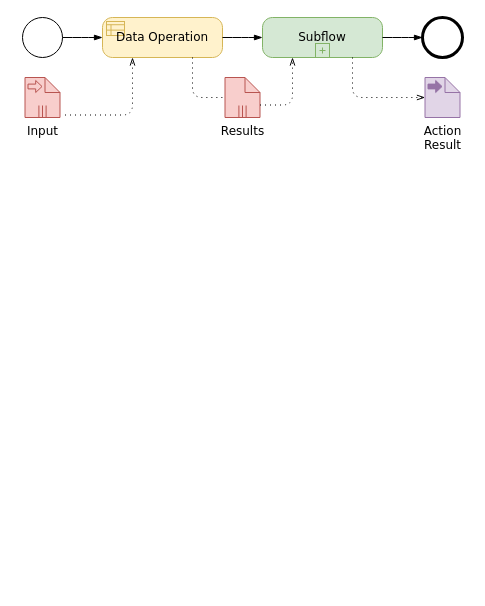
Above: page "dataOp" (2 of 23) of doc/Paper_BPMN_flow.drawio in miguel76/know-flow (draw.io), before the change. Source tidied: cells renumbered, new cells numbered last; positions are measured from the earlier drawing's top-left corner, leaving out a move shared by most shapes. Both pictures are drawn from the tidied source at 100%, with x=0, y=0 at pixel (22, 17).
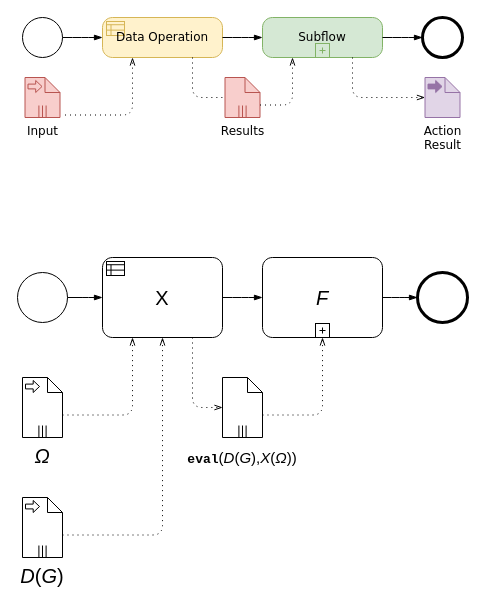
The same diagram, later.

Diff of the diagram source:
```diff
@@
+    <mxCell id="16" value="&lt;i&gt;Ω&lt;/i&gt;" style="shape=mxgraph.bpmn.data;labelPosition=center;verticalLabelPosition=bottom;align=center;verticalAlign=top;whiteSpace=wrap;size=15;html=1;bpmnTransferType=input;isCollection=1;fontSize=20;" parent="1" vertex="1">
+      <mxGeometry y="360" width="40" height="60" as="geometry" />
+    </mxCell>
+    <mxCell id="17" style="points=[[0.145,0.145,0],[0.5,0,0],[0.855,0.145,0],[1,0.5,0],[0.855,0.855,0],[0.5,1,0],[0.145,0.855,0],[0,0.5,0]];shape=mxgraph.bpmn.event;html=1;verticalLabelPosition=bottom;labelBackgroundColor=#ffffff;verticalAlign=top;align=center;perimeter=ellipsePerimeter;outlineConnect=0;outline=standard;symbol=general;fontSize=20;" parent="1" vertex="1">
+      <mxGeometry x="-5" y="255" width="50" height="50" as="geometry" />
+    </mxCell>
+    <mxCell id="18" style="points=[[0.145,0.145,0],[0.5,0,0],[0.855,0.145,0],[1,0.5,0],[0.855,0.855,0],[0.5,1,0],[0.145,0.855,0],[0,0.5,0]];shape=mxgraph.bpmn.event;html=1;verticalLabelPosition=bottom;labelBackgroundColor=#ffffff;verticalAlign=top;align=center;perimeter=ellipsePerimeter;outlineConnect=0;outline=end;symbol=terminate2;fontSize=20;" parent="1" vertex="1">
+      <mxGeometry x="395" y="255" width="50" height="50" as="geometry" />
+    </mxCell>
+    <mxCell id="19" style="edgeStyle=elbowEdgeStyle;fontSize=12;html=1;endArrow=blockThin;endFill=1;exitX=1;exitY=0.5;exitDx=0;exitDy=0;exitPerimeter=0;" parent="1" edge="1" source="23" target="18">
+      <mxGeometry relative="1" as="geometry" />
+    </mxCell>
+    <mxCell id="20" style="edgeStyle=elbowEdgeStyle;fontSize=12;html=1;endArrow=blockThin;endFill=1;exitX=1;exitY=0.5;exitDx=0;exitDy=0;exitPerimeter=0;entryX=0;entryY=0.5;entryDx=0;entryDy=0;entryPerimeter=0;" parent="1" edge="1" source="17" target="22">
+      <mxGeometry relative="1" as="geometry">
+        <Array as="points">
+          <mxPoint x="60" y="280" />
+          <mxPoint x="210" y="360" />
+          <mxPoint x="240" y="440" />
+        </Array>
+      </mxGeometry>
+    </mxCell>
+    <mxCell id="21" style="edgeStyle=elbowEdgeStyle;fontSize=12;html=1;endFill=0;startFill=0;endSize=6;startSize=6;dashed=1;dashPattern=1 4;endArrow=openThin;startArrow=none;exitX=0;exitY=0;exitDx=40;exitDy=37.5;exitPerimeter=0;entryX=0.25;entryY=1;entryDx=0;entryDy=0;entryPerimeter=0;" parent="1" edge="1" source="16" target="22">
+      <mxGeometry relative="1" as="geometry">
+        <Array as="points">
+          <mxPoint x="110" y="370" />
+          <mxPoint x="120" y="370" />
+          <mxPoint x="140" y="380" />
+          <mxPoint x="173.5" y="420" />
+          <mxPoint x="143.5" y="430" />
+          <mxPoint x="173.5" y="480" />
+          <mxPoint x="203.5" y="460" />
+        </Array>
+      </mxGeometry>
+    </mxCell>
+    <mxCell id="22" value="X" style="points=[[0.25,0,0],[0.5,0,0],[0.75,0,0],[1,0.25,0],[1,0.5,0],[1,0.75,0],[0.75,1,0],[0.5,1,0],[0.25,1,0],[0,0.75,0],[0,0.5,0],[0,0.25,0]];shape=mxgraph.bpmn.task;whiteSpace=wrap;rectStyle=rounded;size=10;taskMarker=businessRule;fontSize=20;" parent="1" vertex="1">
+      <mxGeometry x="80" y="240" width="120" height="80" as="geometry" />
+    </mxCell>
+    <mxCell id="23" value="F" style="points=[[0.25,0,0],[0.5,0,0],[0.75,0,0],[1,0.25,0],[1,0.5,0],[1,0.75,0],[0.75,1,0],[0.5,1,0],[0.25,1,0],[0,0.75,0],[0,0.5,0],[0,0.25,0]];shape=mxgraph.bpmn.task;whiteSpace=wrap;rectStyle=rounded;size=10;taskMarker=abstract;isLoopSub=1;fontSize=20;fontStyle=2;" parent="1" vertex="1">
+      <mxGeometry x="240" y="240" width="120" height="80" as="geometry" />
+    </mxCell>
+    <mxCell id="24" style="edgeStyle=elbowEdgeStyle;fontSize=12;html=1;endArrow=blockThin;endFill=1;exitX=1;exitY=0.5;exitDx=0;exitDy=0;exitPerimeter=0;entryX=0;entryY=0.5;entryDx=0;entryDy=0;entryPerimeter=0;" parent="1" edge="1" source="22" target="23">
+      <mxGeometry relative="1" as="geometry" />
+    </mxCell>
+    <mxCell id="25" value="&lt;font&gt;&lt;font face=&quot;Courier New&quot; size=&quot;1&quot;&gt;&lt;b style=&quot;font-size: 13px&quot;&gt;eval&lt;/b&gt;&lt;/font&gt;&lt;span style=&quot;font-size: 15px&quot;&gt;(&lt;/span&gt;&lt;i style=&quot;font-size: 15px&quot;&gt;D&lt;/i&gt;&lt;span style=&quot;font-size: 15px&quot;&gt;(&lt;/span&gt;&lt;i style=&quot;font-size: 15px&quot;&gt;G&lt;/i&gt;&lt;span style=&quot;font-size: 15px&quot;&gt;),&lt;/span&gt;&lt;i style=&quot;font-size: 15px&quot;&gt;X&lt;/i&gt;&lt;span style=&quot;font-size: 15px&quot;&gt;(&lt;/span&gt;&lt;i style=&quot;font-size: 15px&quot;&gt;Ω&lt;/i&gt;&lt;span style=&quot;font-size: 15px&quot;&gt;))&lt;/span&gt;&lt;/font&gt;" style="shape=mxgraph.bpmn.data;labelPosition=center;verticalLabelPosition=bottom;align=center;verticalAlign=top;whiteSpace=wrap;size=15;html=1;bpmnTransferType=none;isCollection=1;fontSize=20;" parent="1" vertex="1">
+      <mxGeometry x="200" y="360" width="40" height="60" as="geometry" />
+    </mxCell>
+    <mxCell id="26" style="edgeStyle=elbowEdgeStyle;fontSize=12;html=1;endFill=0;startFill=0;endSize=6;startSize=6;dashed=1;dashPattern=1 4;endArrow=openThin;startArrow=none;exitX=0.75;exitY=1;exitDx=0;exitDy=0;exitPerimeter=0;entryX=0;entryY=0.5;entryDx=0;entryDy=0;entryPerimeter=0;" parent="1" edge="1" source="22" target="25">
+      <mxGeometry relative="1" as="geometry">
+        <Array as="points">
+          <mxPoint x="170" y="370" />
+          <mxPoint x="120" y="380" />
+          <mxPoint x="130" y="380" />
+          <mxPoint x="150" y="390" />
+          <mxPoint x="183.5" y="430" />
+          <mxPoint x="153.5" y="440" />
+          <mxPoint x="183.5" y="490" />
+          <mxPoint x="213.5" y="470" />
+        </Array>
+      </mxGeometry>
+    </mxCell>
+    <mxCell id="27" style="edgeStyle=elbowEdgeStyle;fontSize=12;html=1;endFill=0;startFill=0;endSize=6;startSize=6;dashed=1;dashPattern=1 4;endArrow=openThin;startArrow=none;exitX=0;exitY=0;exitDx=40;exitDy=37.5;exitPerimeter=0;entryX=0.5;entryY=1;entryDx=0;entryDy=0;entryPerimeter=0;" parent="1" edge="1" source="25" target="23">
+      <mxGeometry relative="1" as="geometry">
+        <Array as="points">
+          <mxPoint x="300" y="380" />
+          <mxPoint x="290" y="410" />
+          <mxPoint x="360" y="430" />
+          <mxPoint x="370" y="430" />
+          <mxPoint x="390" y="440" />
+          <mxPoint x="423.5" y="480" />
+          <mxPoint x="393.5" y="490" />
+          <mxPoint x="423.5" y="540" />
+          <mxPoint x="453.5" y="520" />
+        </Array>
+      </mxGeometry>
+    </mxCell>
+    <mxCell id="28" value="&lt;i&gt;D&lt;/i&gt;(&lt;i&gt;G&lt;/i&gt;)" style="shape=mxgraph.bpmn.data;labelPosition=center;verticalLabelPosition=bottom;align=center;verticalAlign=top;whiteSpace=wrap;size=15;html=1;bpmnTransferType=input;isCollection=1;fontSize=20;" parent="1" vertex="1">
+      <mxGeometry y="480" width="40" height="60" as="geometry" />
+    </mxCell>
+    <mxCell id="29" style="edgeStyle=elbowEdgeStyle;fontSize=12;html=1;endFill=0;startFill=0;endSize=6;startSize=6;dashed=1;dashPattern=1 4;endArrow=openThin;startArrow=none;exitX=0;exitY=0;exitDx=40;exitDy=37.5;exitPerimeter=0;entryX=0.5;entryY=1;entryDx=0;entryDy=0;entryPerimeter=0;" parent="1" edge="1" source="28" target="22">
+      <mxGeometry relative="1" as="geometry">
+        <Array as="points">
+          <mxPoint x="140" y="470" />
+          <mxPoint x="120" y="380" />
+          <mxPoint x="130" y="380" />
+          <mxPoint x="150" y="390" />
+          <mxPoint x="183.5" y="430" />
+          <mxPoint x="153.5" y="440" />
+          <mxPoint x="183.5" y="490" />
+          <mxPoint x="213.5" y="470" />
+        </Array>
+      </mxGeometry>
+    </mxCell>
```
